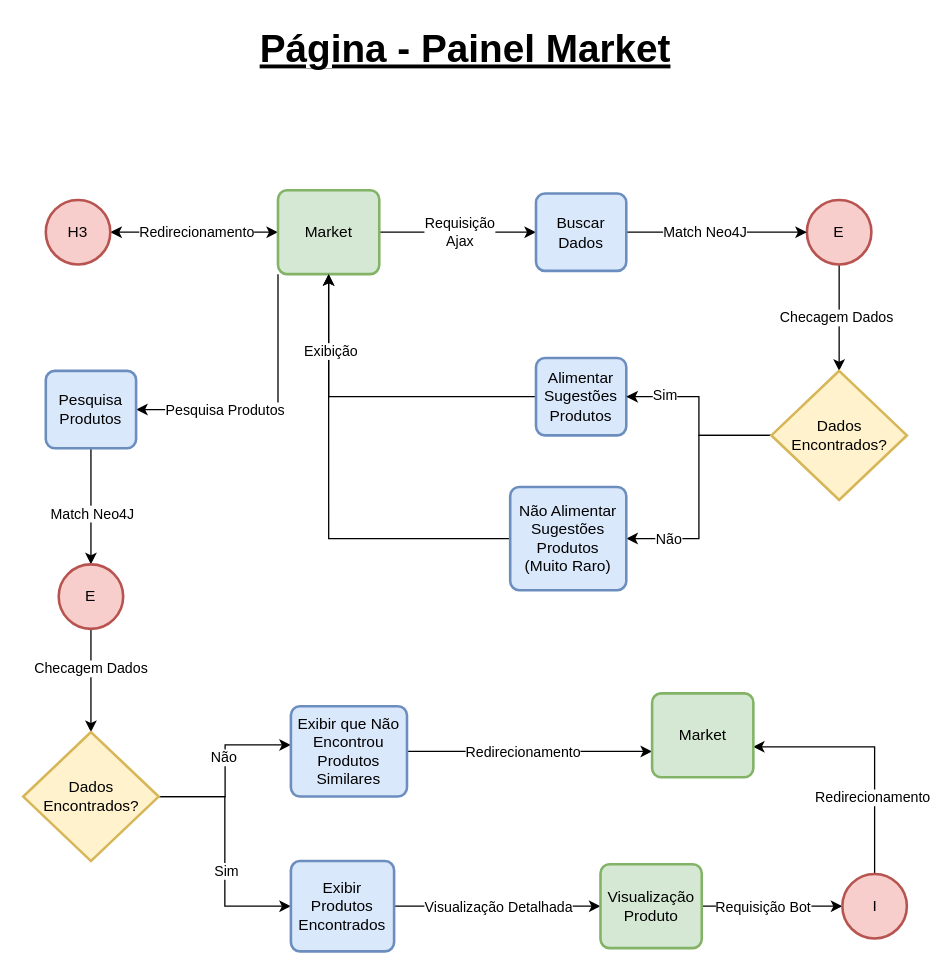
Above: page "Flow - Market" (11 of 12) of tcc-flow.drawio in CSFelix/UML (draw.io), before the change. Source tidied: cells renumbered, new cells numbered last; positions are measured from the earlier drawing's top-left corner, leaving out a move shared by most shapes. Both pictures are drawn from the tidied source at 129%, with x=0, y=0 at pixel (22, 22).
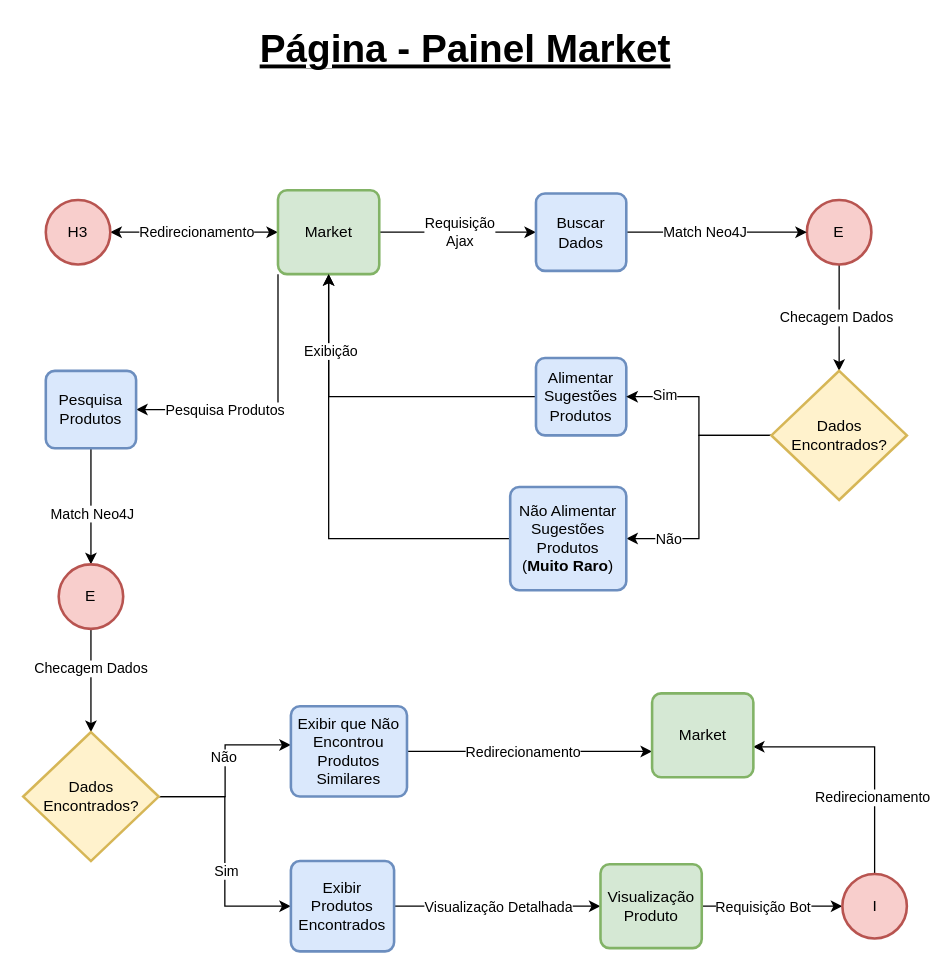
The same page after the edit.

What changed in the source:
```diff
@@
-    <mxCell id="26" value="Não Alimentar Sugestões Produtos&lt;br&gt;(Muito Raro)" style="rounded=1;whiteSpace=wrap;html=1;absoluteArcSize=1;arcSize=14;strokeWidth=2;fillColor=#dae8fc;strokeColor=#6c8ebf;" parent="1" vertex="1">
+    <mxCell id="26" value="Não Alimentar Sugestões Produtos&lt;br&gt;(&lt;b&gt;Muito Raro&lt;/b&gt;)" style="rounded=1;whiteSpace=wrap;html=1;absoluteArcSize=1;arcSize=14;strokeWidth=2;fillColor=#dae8fc;strokeColor=#6c8ebf;" parent="1" vertex="1">
       <mxGeometry x="378" y="360" width="90" height="80" as="geometry" />
     </mxCell>
```
